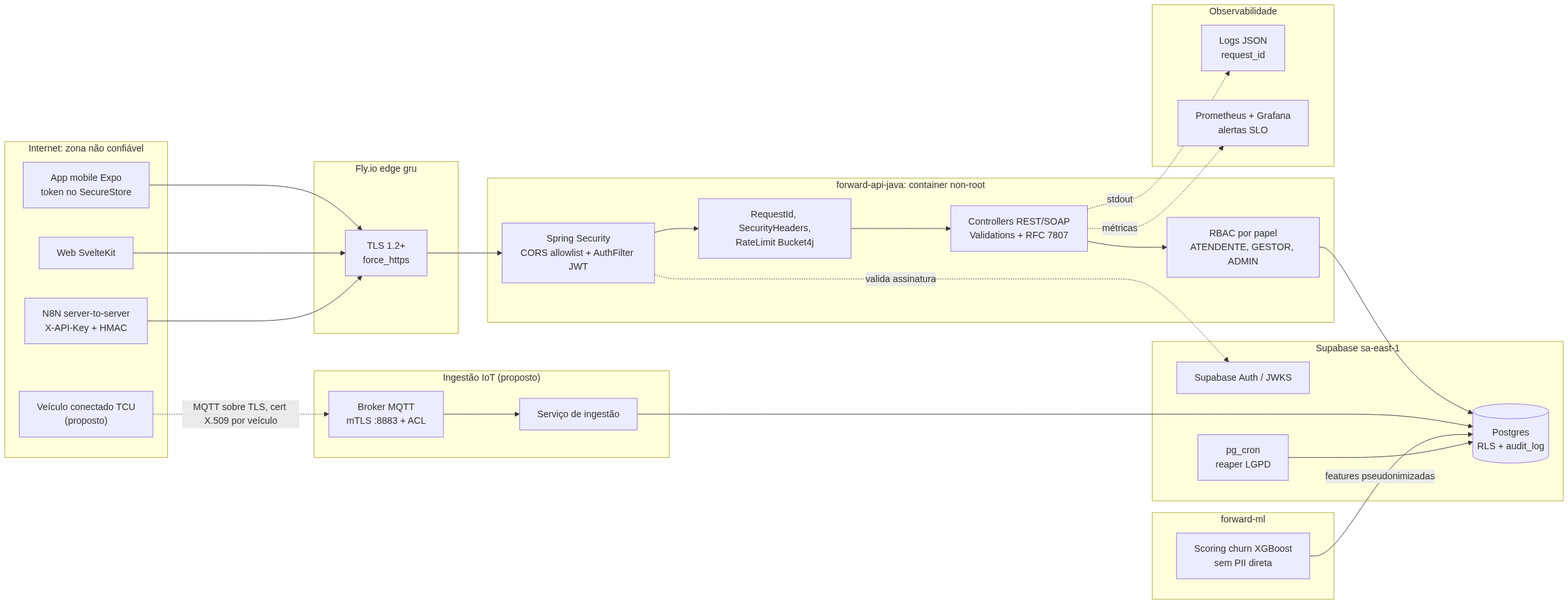
The Mermaid diagram academic/cyber/sprint3/img/01_arquitetura_confianca.png in fwd-ford/forward-docs, before a commit. Its source is kept beside it as academic/cyber/sprint3/diagrams/01_arquitetura_confianca.mmd.
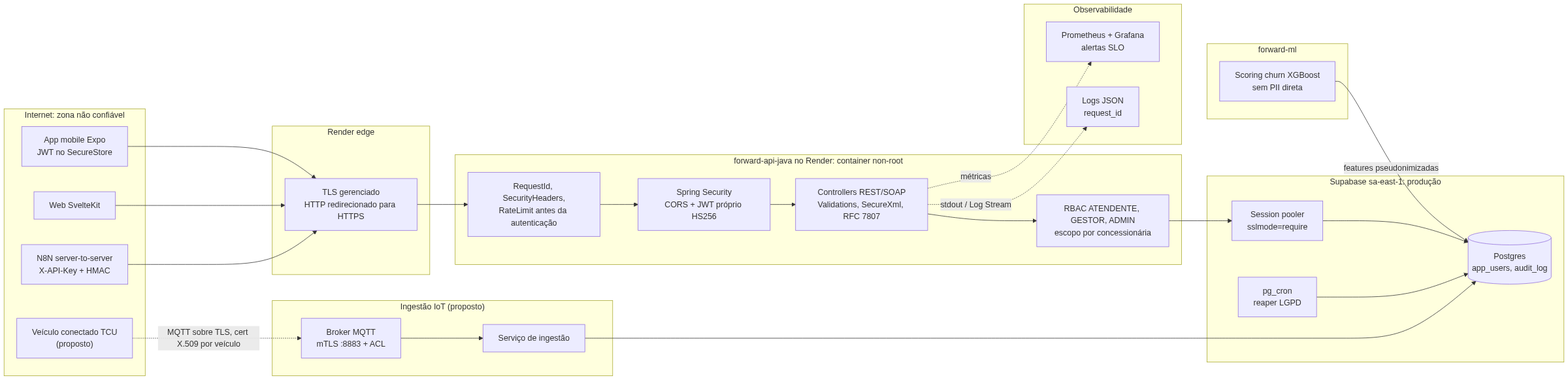
The same diagram one commit later.

Diff of the diagram source:
```diff
@@ -1,26 +1,26 @@
 flowchart LR
   subgraph NET["Internet: zona não confiável"]
-    MOB["App mobile Expo<br/>token no SecureStore"]
+    MOB["App mobile Expo<br/>JWT no SecureStore"]
     WEB["Web SvelteKit"]
     N8N["N8N server-to-server<br/>X-API-Key + HMAC"]
     CAR["Veículo conectado TCU<br/>(proposto)"]
   end
-  subgraph EDGE["Fly.io edge gru"]
-    TLS["TLS 1.2+<br/>force_https"]
+  subgraph EDGE["Render edge"]
+    TLS["TLS gerenciado<br/>HTTP redirecionado para HTTPS"]
   end
-  subgraph API["forward-api-java: container non-root"]
-    SEC["Spring Security<br/>CORS allowlist + AuthFilter JWT"]
-    FIL["RequestId, SecurityHeaders,<br/>RateLimit Bucket4j"]
-    CTL["Controllers REST/SOAP<br/>Validations + RFC 7807"]
-    RBAC["RBAC por papel<br/>ATENDENTE, GESTOR, ADMIN"]
+  subgraph API["forward-api-java no Render: container non-root"]
+    FIL["RequestId, SecurityHeaders,<br/>RateLimit antes da autenticação"]
+    SEC["Spring Security<br/>CORS + JWT próprio HS256"]
+    CTL["Controllers REST/SOAP<br/>Validations, SecureXml, RFC 7807"]
+    RBAC["RBAC ATENDENTE, GESTOR, ADMIN<br/>escopo por concessionária"]
   end
   subgraph IOT["Ingestão IoT (proposto)"]
     BRK["Broker MQTT<br/>mTLS :8883 + ACL"]
     ING["Serviço de ingestão"]
   end
-  subgraph DATA["Supabase sa-east-1"]
-    AUTH["Supabase Auth / JWKS"]
-    PG[("Postgres<br/>RLS + audit_log")]
+  subgraph DATA["Supabase sa-east-1: produção"]
+    POOL["Session pooler<br/>sslmode=require"]
+    PG[("Postgres<br/>app_users, audit_log")]
     CRON["pg_cron<br/>reaper LGPD"]
   end
   subgraph MLZ["forward-ml"]
@@ -33,10 +33,9 @@
   MOB --> TLS
   WEB --> TLS
   N8N --> TLS
-  TLS --> SEC --> FIL --> CTL --> RBAC --> PG
-  SEC -. "valida assinatura" .-> AUTH
+  TLS --> FIL --> SEC --> CTL --> RBAC --> POOL --> PG
   CAR -. "MQTT sobre TLS, cert X.509 por veículo" .-> BRK --> ING --> PG
   SCORE -- "features pseudonimizadas" --> PG
   CRON --> PG
-  CTL -. "stdout" .-> LOGS
+  CTL -. "stdout / Log Stream" .-> LOGS
   CTL -. "métricas" .-> MET
```
